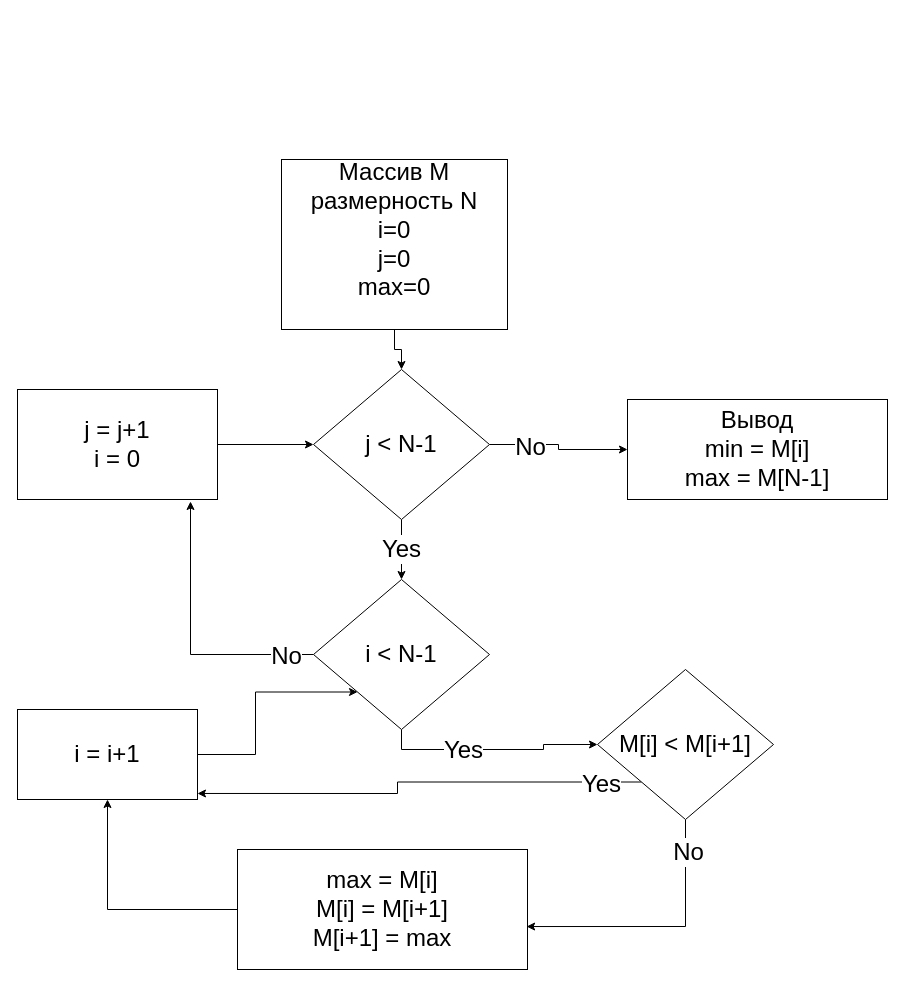
The draw.io diagram Задание 1. Мин Макс массива.drawio in Lego944/GB, before the edit. Source tidied: cells renumbered, new cells numbered last; positions are measured from the earlier drawing's top-left corner, leaving out a move shared by most shapes. Both pictures are drawn from the tidied source at 100%, with x=0, y=0 at pixel (17, 159).
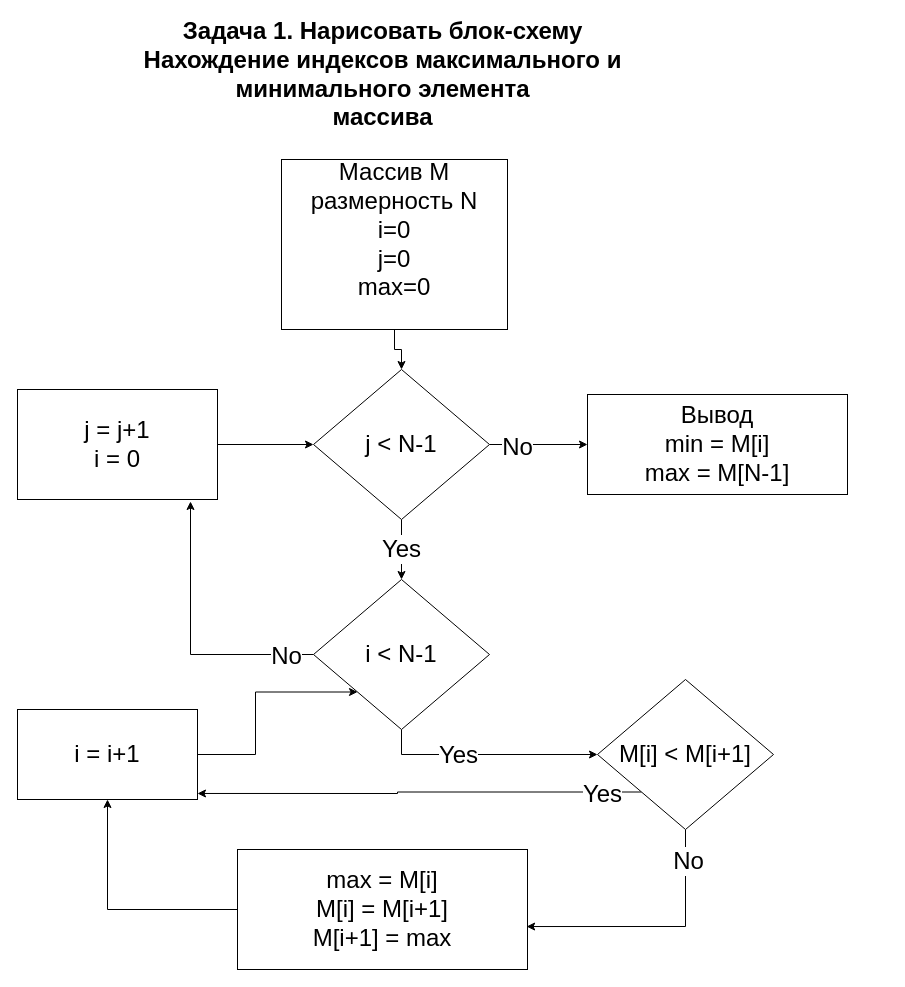
The same diagram, later.

Change to the diagram source:
```diff
@@
     <mxCell id="8" value="Вывод&lt;br&gt;min = M[i]&lt;br&gt;max = M[N-1]" style="rounded=0;whiteSpace=wrap;html=1;fontSize=24;" parent="1" vertex="1">
-      <mxGeometry x="610" y="240" width="260" height="100" as="geometry" />
+      <mxGeometry x="570" y="235" width="260" height="100" as="geometry" />
     </mxCell>
@@
     <mxCell id="18" value="M[i] &amp;lt; M[i+1]" style="rhombus;whiteSpace=wrap;html=1;fontSize=24;" parent="1" vertex="1">
-      <mxGeometry x="580" y="510" width="176" height="150" as="geometry" />
+      <mxGeometry x="580" y="520" width="176" height="150" as="geometry" />
     </mxCell>
@@
+    <mxCell id="25" value="Задача 1. Нарисовать блок-схему&lt;br&gt;Нахождение индексов максимального и минимального элемента&lt;br&gt;массива" style="text;html=1;strokeColor=none;fillColor=none;align=center;verticalAlign=middle;whiteSpace=wrap;rounded=0;fontSize=24;fontStyle=1;" parent="1" vertex="1">
+      <mxGeometry x="78.5" y="-100" width="573" height="30" as="geometry" />
+    </mxCell>
```
